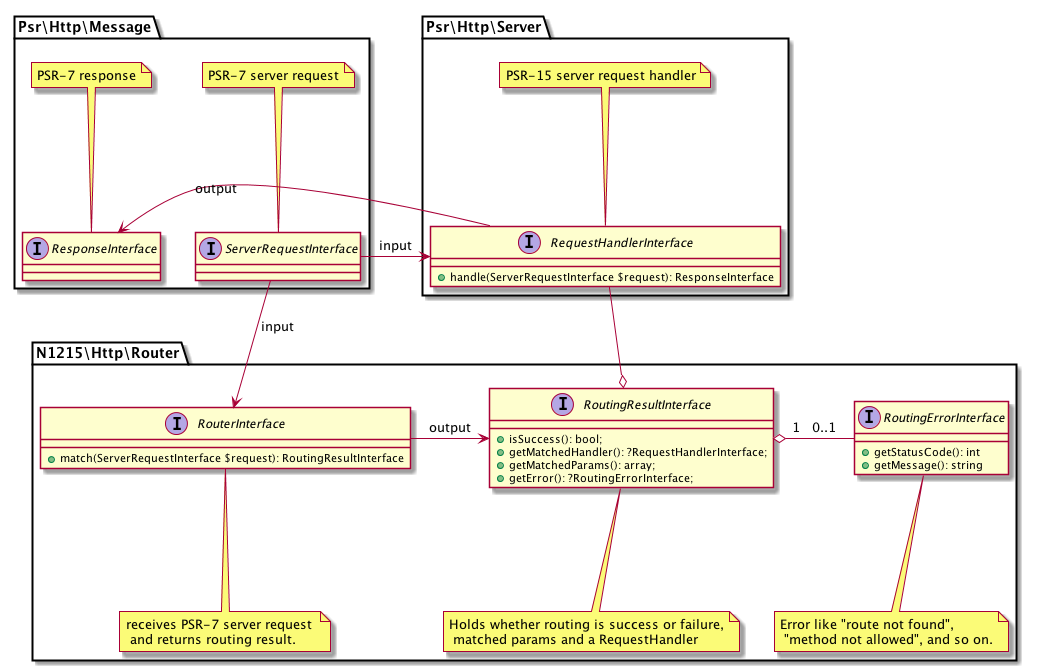
Above: doc/router.png in n1215/http-router (PlantUML), before the change. Source of this version:
```plantuml
@startuml

package N1215\Http\Router {

    interface RoutingErrorInterface {
        + getStatusCode(): int
        + getMessage(): string
    }
    note bottom of RoutingErrorInterface: Error like "route not found",\n "method not allowed", and so on.

    interface RoutingResultInterface {
        + isSuccess(): bool;
        + getMatchedHandler(): ?RequestHandlerInterface;
        + getMatchedParams(): array;
        + getError(): ?RoutingErrorInterface;
    }
    note bottom of RoutingResultInterface: Holds whether routing is success or failure,\n matched params and a RequestHandler

    interface RouterInterface {
        + match(ServerRequestInterface $request): RoutingResultInterface
    }
    note bottom of RouterInterface: receives PSR-7 server request \n and returns routing result.

    Psr\Http\Message.ServerRequestInterface --> RouterInterface: input
    RouterInterface -> RoutingResultInterface: output

    RoutingResultInterface o- RoutingErrorInterface: 1   0..1


    Psr\Http\Server.RequestHandlerInterface --o RoutingResultInterface
}

namespace Psr\Http\Message {
    interface ServerRequestInterface
    note top of ServerRequestInterface: PSR-7 server request
    interface ResponseInterface
    note top of ResponseInterface: PSR-7 response
}

namespace Psr\Http\Server {
    interface RequestHandlerInterface {
        + handle(ServerRequestInterface $request): ResponseInterface
    }
    note top of RequestHandlerInterface: PSR-15 server request handler

    Psr\Http\Message.ServerRequestInterface -> RequestHandlerInterface: input
    RequestHandlerInterface -> Psr\Http\Message.ResponseInterface: output
}

@enduml
```
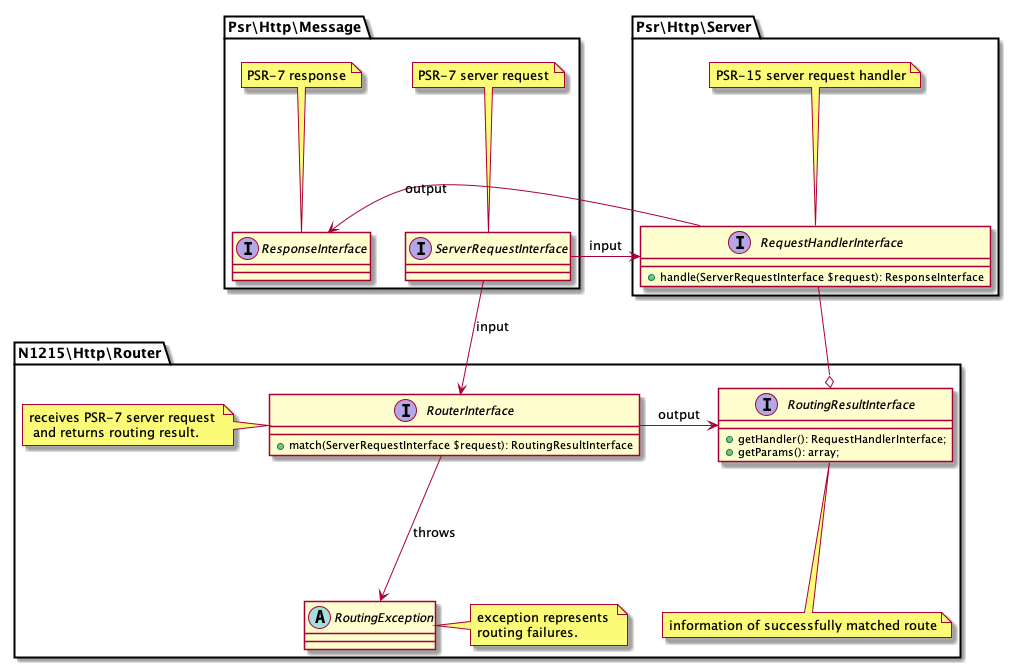
After the commit.

Diff of the diagram source:
```diff
@@ -2,30 +2,24 @@
 
 package N1215\Http\Router {
 
-    interface RoutingErrorInterface {
-        + getStatusCode(): int
-        + getMessage(): string
+    abstract class RoutingException {
     }
-    note bottom of RoutingErrorInterface: Error like "route not found",\n "method not allowed", and so on.
+    note left of RoutingException: exception represents \nrouting failures.
 
     interface RoutingResultInterface {
-        + isSuccess(): bool;
-        + getMatchedHandler(): ?RequestHandlerInterface;
-        + getMatchedParams(): array;
-        + getError(): ?RoutingErrorInterface;
+        + getHandler(): RequestHandlerInterface;
+        + getParams(): array;
     }
-    note bottom of RoutingResultInterface: Holds whether routing is success or failure,\n matched params and a RequestHandler
+    note bottom of RoutingResultInterface: information of successfully matched route
 
     interface RouterInterface {
         + match(ServerRequestInterface $request): RoutingResultInterface
     }
-    note bottom of RouterInterface: receives PSR-7 server request \n and returns routing result.
+    note left of RouterInterface: receives PSR-7 server request \n and returns routing result.
 
     Psr\Http\Message.ServerRequestInterface --> RouterInterface: input
     RouterInterface -> RoutingResultInterface: output
-
-    RoutingResultInterface o- RoutingErrorInterface: 1   0..1
-
+    RouterInterface --> RoutingException: throws
 
     Psr\Http\Server.RequestHandlerInterface --o RoutingResultInterface
 }
```
